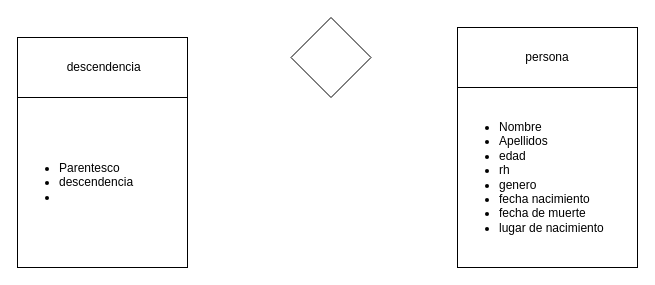
Before: clase_diagrama_relacion.drawio in jhanca27/jhanca27, a draw.io diagram. Source tidied: cells renumbered, new cells numbered last; positions are measured from the earlier drawing's top-left corner, leaving out a move shared by most shapes. Both pictures are drawn from the tidied source at 100%, with x=0, y=0 at pixel (17, 17).
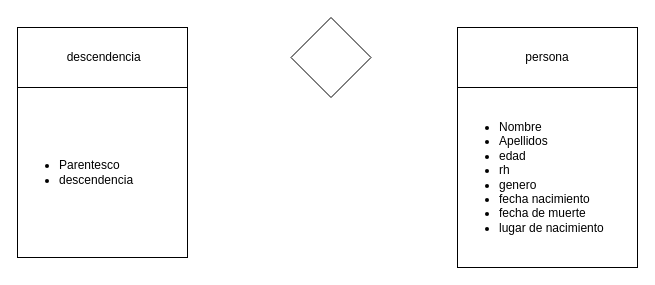
After the change.

What changed in the source:
```diff
@@
 <mxGraphModel>
   <root>
     <mxCell id="0" />
     <mxCell id="1" parent="0" />
     <mxCell id="2" value="&amp;nbsp;descendencia" style="rounded=0;whiteSpace=wrap;html=1;" parent="1" vertex="1">
-      <mxGeometry y="20" width="170" height="60" as="geometry" />
+      <mxGeometry y="10" width="170" height="60" as="geometry" />
     </mxCell>
     <mxCell id="3" value="persona" style="rounded=0;whiteSpace=wrap;html=1;glass=0;shadow=0;" parent="1" vertex="1">
       <mxGeometry x="440" y="10" width="180" height="60" as="geometry" />
     </mxCell>
     <mxCell id="4" style="rhombus;whiteSpace=wrap;html=1;" parent="1" vertex="1">
       <mxGeometry x="273.5" width="80" height="80" as="geometry" />
     </mxCell>
     <mxCell id="5" value="&lt;ul&gt;&lt;li&gt;Nombre&lt;/li&gt;&lt;li&gt;Apellidos&lt;/li&gt;&lt;li&gt;edad&lt;/li&gt;&lt;li&gt;rh&lt;/li&gt;&lt;li&gt;genero&lt;/li&gt;&lt;li&gt;fecha nacimiento&lt;/li&gt;&lt;li&gt;fecha de muerte&lt;/li&gt;&lt;li&gt;lugar de nacimiento&lt;/li&gt;&lt;/ul&gt;" style="whiteSpace=wrap;html=1;rounded=0;shadow=0;glass=0;sketch=0;align=left;" parent="1" vertex="1">
       <mxGeometry x="440" y="70" width="180" height="180" as="geometry" />
     </mxCell>
-    <mxCell id="6" value="&lt;ul&gt;&lt;li&gt;Parentesco&lt;/li&gt;&lt;li&gt;descendencia&lt;/li&gt;&lt;li&gt;&lt;br&gt;&lt;/li&gt;&lt;/ul&gt;" style="whiteSpace=wrap;html=1;rounded=0;shadow=0;glass=0;sketch=0;align=left;" parent="1" vertex="1">
-      <mxGeometry y="80" width="170" height="170" as="geometry" />
+    <mxCell id="6" value="&lt;ul&gt;&lt;li&gt;Parentesco&lt;/li&gt;&lt;li&gt;descendencia&lt;/li&gt;&lt;/ul&gt;" style="whiteSpace=wrap;html=1;rounded=0;shadow=0;glass=0;sketch=0;align=left;" parent="1" vertex="1">
+      <mxGeometry y="70" width="170" height="170" as="geometry" />
     </mxCell>
   </root>
 </mxGraphModel>
```
